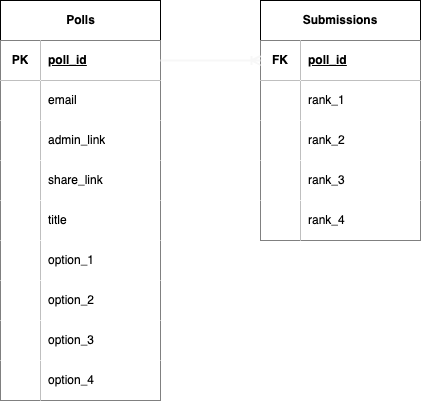
This is db/ERD/decisionMakerERD.drawio.png from nicoayamen/Decision_Maker, a draw.io export, as it was before one commit. Source tidied: cells renumbered, new cells last; positions are measured from the earlier drawing's top-left corner, leaving out a move shared by most shapes.
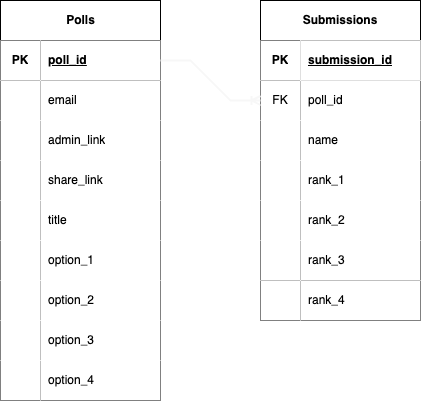
The same diagram one commit later.

Commit message:
add ERD modifications

Diff of the diagram source:
```diff
@@ -3,24 +3,24 @@
     <mxCell id="0" />
     <mxCell id="1" parent="0" />
     <mxCell id="2" value="Submissions" style="shape=table;startSize=40;rowLines=0;fontStyle=1;align=center;html=1;whiteSpace=wrap;" parent="1" vertex="1">
-      <mxGeometry x="260" width="160" height="240" as="geometry" />
+      <mxGeometry x="260" width="160" height="320" as="geometry" />
     </mxCell>
     <mxCell id="3" style="shape=tableRow;horizontal=0;startSize=0;swimlaneHead=0;swimlaneBody=0;fillColor=none;points=[[0,0.5],[1,0.5]];portConstraint=eastwest;top=0;left=0;right=0;bottom=1;html=1;" parent="2" vertex="1">
       <mxGeometry y="40" width="160" height="40" as="geometry" />
     </mxCell>
-    <mxCell id="4" value="FK" style="shape=partialRectangle;top=0;left=0;bottom=0;right=0;fontStyle=1;overflow=hidden;html=1;whiteSpace=wrap;" parent="3" vertex="1">
+    <mxCell id="4" value="PK" style="shape=partialRectangle;top=0;left=0;bottom=0;right=0;fontStyle=1;overflow=hidden;html=1;whiteSpace=wrap;" parent="3" vertex="1">
       <mxGeometry width="40" height="40" as="geometry" />
     </mxCell>
-    <mxCell id="5" value="poll_id" style="shape=partialRectangle;top=0;left=0;bottom=0;right=0;align=left;spacingLeft=6;fontStyle=5;overflow=hidden;html=1;whiteSpace=wrap;" parent="3" vertex="1">
+    <mxCell id="5" style="shape=partialRectangle;top=0;left=0;bottom=0;right=0;align=left;spacingLeft=6;fontStyle=5;overflow=hidden;html=1;whiteSpace=wrap;" parent="3" vertex="1">
       <mxGeometry x="40" width="120" height="40" as="geometry" />
     </mxCell>
     <mxCell id="6" style="shape=tableRow;horizontal=0;startSize=0;swimlaneHead=0;swimlaneBody=0;fillColor=none;points=[[0,0.5],[1,0.5]];portConstraint=eastwest;top=0;left=0;right=0;bottom=0;html=1;" parent="2" vertex="1">
       <mxGeometry y="80" width="160" height="40" as="geometry" />
     </mxCell>
-    <mxCell id="7" style="shape=partialRectangle;top=0;left=0;bottom=0;right=0;overflow=hidden;html=1;whiteSpace=wrap;" parent="6" vertex="1">
+    <mxCell id="7" value="FK" style="shape=partialRectangle;top=0;left=0;bottom=0;right=0;overflow=hidden;html=1;whiteSpace=wrap;" parent="6" vertex="1">
       <mxGeometry width="40" height="40" as="geometry" />
     </mxCell>
-    <mxCell id="8" value="rank_1" style="shape=partialRectangle;top=0;left=0;bottom=0;right=0;align=left;spacingLeft=6;overflow=hidden;html=1;whiteSpace=wrap;" parent="6" vertex="1">
+    <mxCell id="8" value="poll_id" style="shape=partialRectangle;top=0;left=0;bottom=0;right=0;align=left;spacingLeft=6;overflow=hidden;html=1;whiteSpace=wrap;" parent="6" vertex="1">
       <mxGeometry x="40" width="120" height="40" as="geometry" />
     </mxCell>
     <mxCell id="9" style="shape=tableRow;horizontal=0;startSize=0;swimlaneHead=0;swimlaneBody=0;fillColor=none;top=0;left=0;right=0;bottom=0;html=1;" parent="2" vertex="1">
@@ -29,7 +29,7 @@
     <mxCell id="10" style="shape=partialRectangle;top=0;left=0;bottom=0;right=0;overflow=hidden;html=1;whiteSpace=wrap;" parent="9" vertex="1">
       <mxGeometry width="40" height="40" as="geometry" />
     </mxCell>
-    <mxCell id="11" value="rank_2" style="shape=partialRectangle;top=0;left=0;bottom=0;right=0;align=left;spacingLeft=6;overflow=hidden;html=1;whiteSpace=wrap;" parent="9" vertex="1">
+    <mxCell id="11" value="name" style="shape=partialRectangle;top=0;left=0;bottom=0;right=0;align=left;spacingLeft=6;overflow=hidden;html=1;whiteSpace=wrap;" parent="9" vertex="1">
       <mxGeometry x="40" width="120" height="40" as="geometry" />
     </mxCell>
     <mxCell id="12" style="shape=tableRow;horizontal=0;startSize=0;swimlaneHead=0;swimlaneBody=0;fillColor=none;top=0;left=0;right=0;bottom=0;html=1;" parent="2" vertex="1">
@@ -38,7 +38,7 @@
     <mxCell id="13" style="shape=partialRectangle;top=0;left=0;bottom=0;right=0;overflow=hidden;html=1;whiteSpace=wrap;" parent="12" vertex="1">
       <mxGeometry width="40" height="40" as="geometry" />
     </mxCell>
-    <mxCell id="14" value="rank_3" style="shape=partialRectangle;top=0;left=0;bottom=0;right=0;align=left;spacingLeft=6;overflow=hidden;html=1;whiteSpace=wrap;" parent="12" vertex="1">
+    <mxCell id="14" value="rank_1" style="shape=partialRectangle;top=0;left=0;bottom=0;right=0;align=left;spacingLeft=6;overflow=hidden;html=1;whiteSpace=wrap;" parent="12" vertex="1">
       <mxGeometry x="40" width="120" height="40" as="geometry" />
     </mxCell>
     <mxCell id="15" style="shape=tableRow;horizontal=0;startSize=0;swimlaneHead=0;swimlaneBody=0;fillColor=none;top=0;left=0;right=0;bottom=0;html=1;" parent="2" vertex="1">
@@ -47,9 +47,27 @@
     <mxCell id="16" style="shape=partialRectangle;top=0;left=0;bottom=0;right=0;overflow=hidden;html=1;whiteSpace=wrap;" parent="15" vertex="1">
       <mxGeometry width="40" height="40" as="geometry" />
     </mxCell>
-    <mxCell id="17" value="rank_4" style="shape=partialRectangle;top=0;left=0;bottom=0;right=0;align=left;spacingLeft=6;overflow=hidden;html=1;whiteSpace=wrap;" parent="15" vertex="1">
+    <mxCell id="17" value="rank_2" style="shape=partialRectangle;top=0;left=0;bottom=0;right=0;align=left;spacingLeft=6;overflow=hidden;html=1;whiteSpace=wrap;" parent="15" vertex="1">
       <mxGeometry x="40" width="120" height="40" as="geometry" />
     </mxCell>
+    <mxCell id="47" style="shape=tableRow;horizontal=0;startSize=0;swimlaneHead=0;swimlaneBody=0;fillColor=none;top=0;left=0;right=0;bottom=1;html=1;" parent="2" vertex="1">
+      <mxGeometry y="240" width="160" height="40" as="geometry" />
+    </mxCell>
+    <mxCell id="48" style="shape=partialRectangle;top=0;left=0;bottom=0;right=0;fontStyle=1;overflow=hidden;html=1;whiteSpace=wrap;" parent="47" vertex="1">
+      <mxGeometry width="40" height="40" as="geometry" />
+    </mxCell>
+    <mxCell id="49" value="rank_3" style="shape=partialRectangle;top=0;left=0;bottom=0;right=0;align=left;spacingLeft=6;fontStyle=0;overflow=hidden;html=1;whiteSpace=wrap;" parent="47" vertex="1">
+      <mxGeometry x="40" width="120" height="40" as="geometry" />
+    </mxCell>
+    <mxCell id="50" style="shape=tableRow;horizontal=0;startSize=0;swimlaneHead=0;swimlaneBody=0;fillColor=none;top=0;left=0;right=0;bottom=0;html=1;" parent="2" vertex="1">
+      <mxGeometry y="280" width="160" height="40" as="geometry" />
+    </mxCell>
+    <mxCell id="51" style="shape=partialRectangle;top=0;left=0;bottom=0;right=0;overflow=hidden;html=1;whiteSpace=wrap;" parent="50" vertex="1">
+      <mxGeometry width="40" height="40" as="geometry" />
+    </mxCell>
+    <mxCell id="52" value="rank_4" style="shape=partialRectangle;top=0;left=0;bottom=0;right=0;align=left;spacingLeft=6;overflow=hidden;html=1;whiteSpace=wrap;" parent="50" vertex="1">
+      <mxGeometry x="40" width="120" height="40" as="geometry" />
+    </mxCell>
     <mxCell id="18" value="Polls" style="shape=table;startSize=40;rowLines=0;fontStyle=1;align=center;html=1;" parent="1" vertex="1">
       <mxGeometry width="160" height="400" as="geometry" />
     </mxCell>
@@ -134,12 +152,15 @@
     <mxCell id="45" value="option_4" style="shape=partialRectangle;top=0;left=0;bottom=0;right=0;align=left;spacingLeft=6;overflow=hidden;whiteSpace=wrap;html=1;" parent="43" vertex="1">
       <mxGeometry x="40" width="120" height="40" as="geometry" />
     </mxCell>
-    <mxCell id="46" style="edgeStyle=entityRelationEdgeStyle;fontSize=12;html=1;endArrow=ERoneToMany;rounded=0;exitX=1;exitY=0.5;exitDx=0;exitDy=0;strokeColor=#F7F7F7;strokeWidth=2;" parent="1" edge="1" source="19" target="3">
+    <mxCell id="46" style="edgeStyle=entityRelationEdgeStyle;fontSize=12;html=1;endArrow=ERoneToMany;rounded=0;exitX=1;exitY=0.5;exitDx=0;exitDy=0;strokeColor=#F7F7F7;strokeWidth=2;" parent="1" edge="1" source="19" target="6">
       <mxGeometry relative="1" as="geometry">
         <Array as="points">
           <mxPoint x="80" y="280" />
         </Array>
       </mxGeometry>
     </mxCell>
+    <mxCell id="53" value="submission_id" style="shape=partialRectangle;top=0;left=0;bottom=0;right=0;align=left;spacingLeft=6;fontStyle=5;overflow=hidden;html=1;whiteSpace=wrap;" parent="1" vertex="1">
+      <mxGeometry x="300" y="40" width="120" height="40" as="geometry" />
+    </mxCell>
   </root>
 </mxGraphModel>
```
